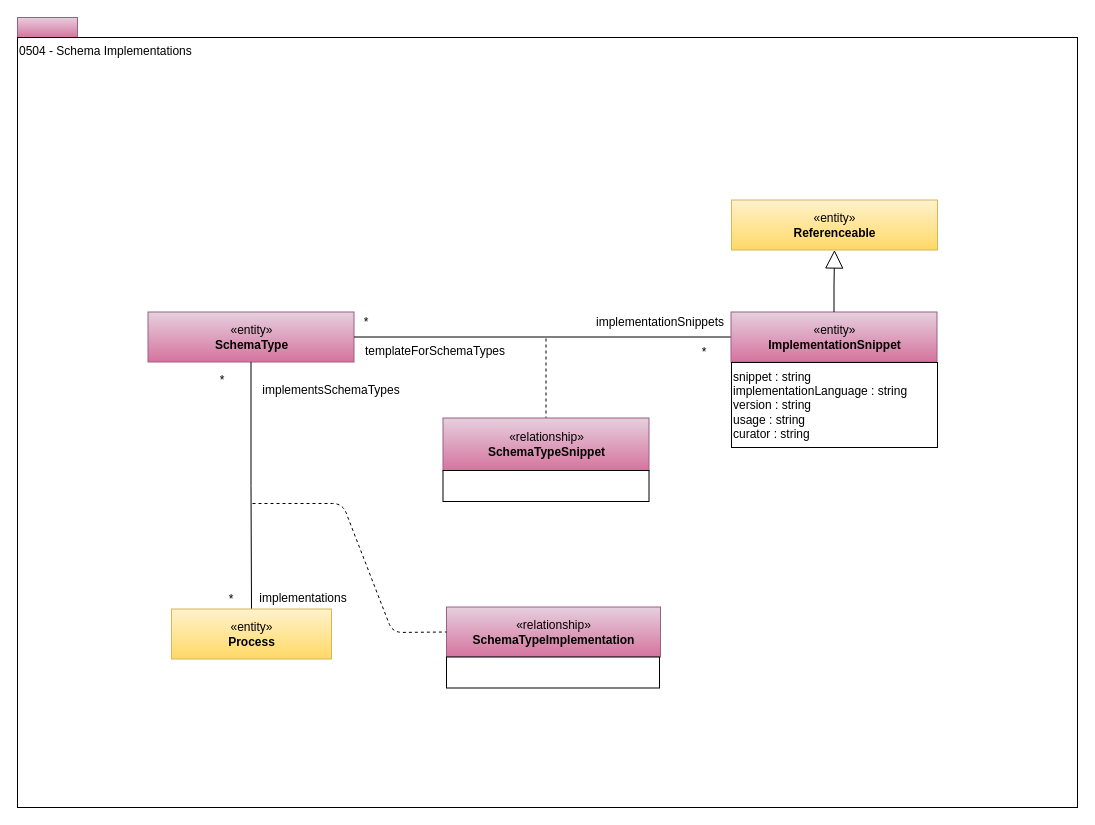
Above: page "0504-Implementation-Snippets" (4 of 26) of open-metadata-publication/website/open-metadata-types/area-5-models-and-schema.drawio in odpi/egeria (draw.io), before the change. Source tidied: cells renumbered, new cells numbered last; positions are measured from the earlier drawing's top-left corner, leaving out a move shared by most shapes. Both pictures are drawn from the tidied source at 100%, with x=0, y=0 at pixel (17, 17).
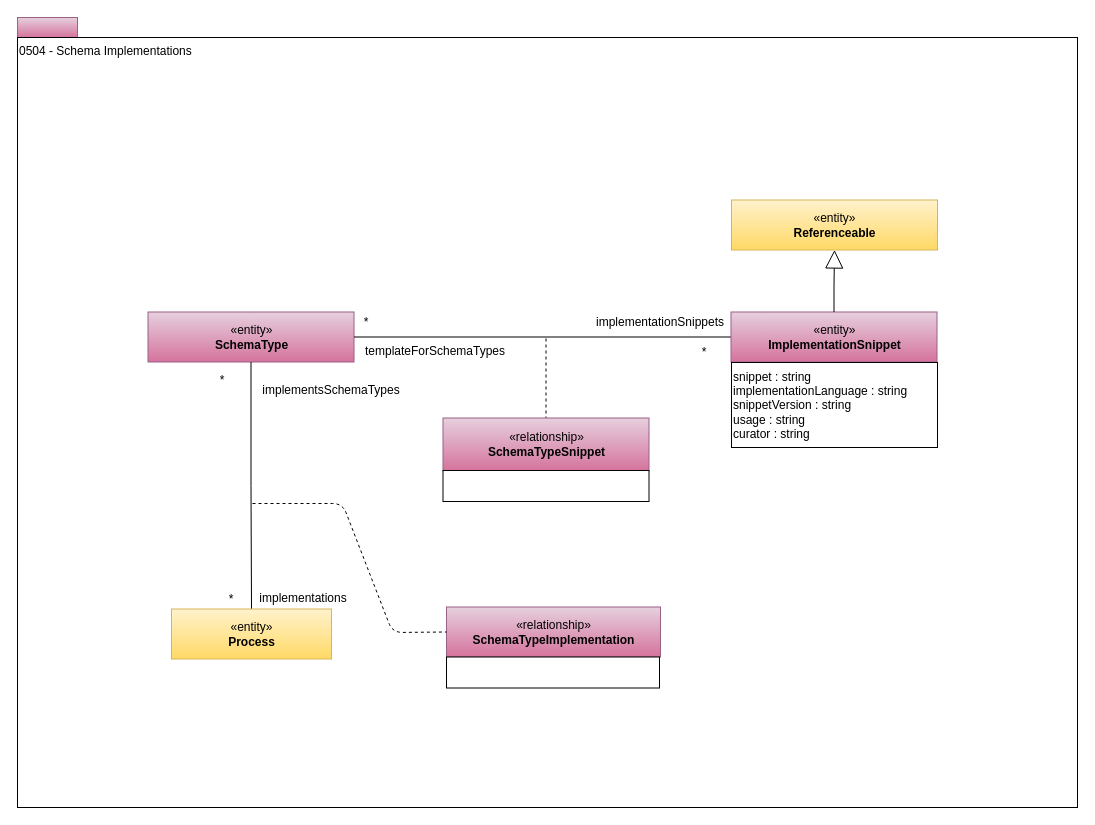
After the change.

Unchanged cells that the change refers to:
```xml
<mxCell id="12" style="group;" parent="1" vertex="1">
  <mxGeometry x="713.5" y="294.5" width="206.5" height="135.5" as="geometry" />
</mxCell>
```

Change to the diagram source:
```diff
@@
-    <mxCell id="14" value="snippet : string&lt;br&gt;implementationLanguage : string&lt;br&gt;version : string&lt;br&gt;usage : string&lt;br&gt;curator : string&lt;br&gt;" style="rounded=0;whiteSpace=wrap;html=1;strokeColor=#000000;align=left;fillColor=#ffffff;" parent="12" vertex="1">
+    <mxCell id="14" value="snippet : string&lt;br&gt;implementationLanguage : string&lt;br&gt;snippetVersion : string&lt;br&gt;usage : string&lt;br&gt;curator : string" style="rounded=0;whiteSpace=wrap;html=1;strokeColor=#000000;align=left;fillColor=#ffffff;" parent="12" vertex="1">
       <mxGeometry x="0.5" y="50.5" width="206" height="85" as="geometry" />
     </mxCell>
```
